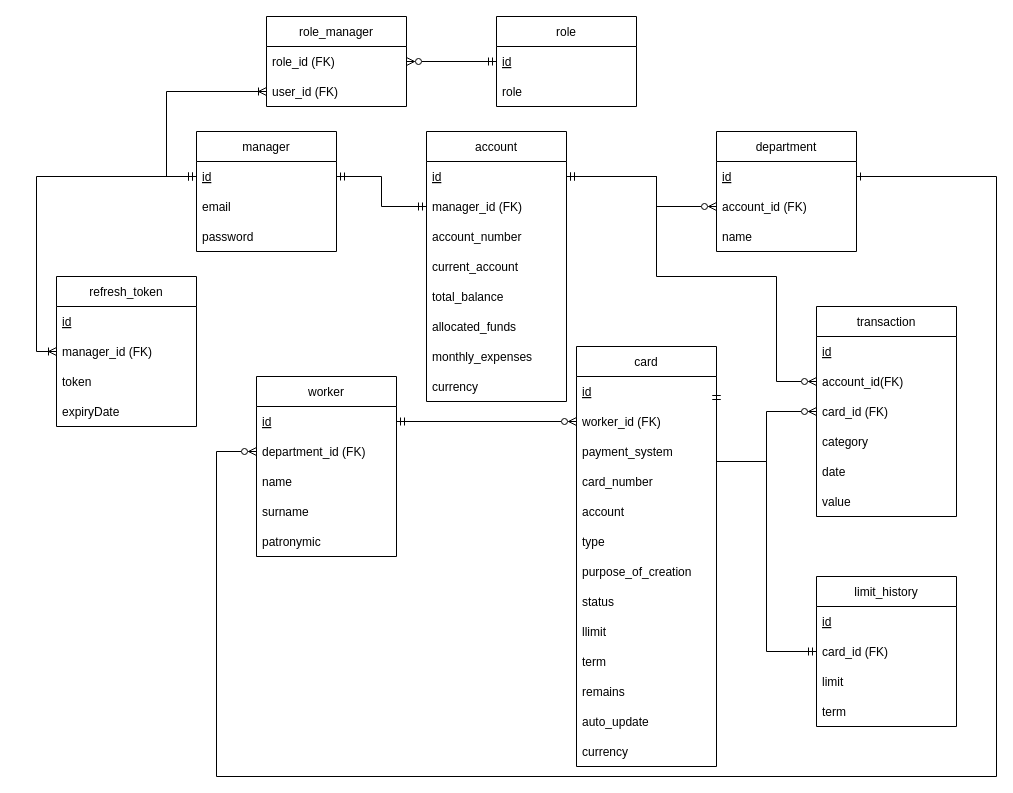
This is xxxMyRemarks/db.drawio from Vova-oss/VTBhack, a draw.io file, before an edit. Source tidied: cells renumbered, new cells numbered last; positions are measured from the earlier drawing's top-left corner, leaving out a move shared by most shapes. Both pictures are drawn from the tidied source at 100%, with x=0, y=0 at pixel (56, 16).
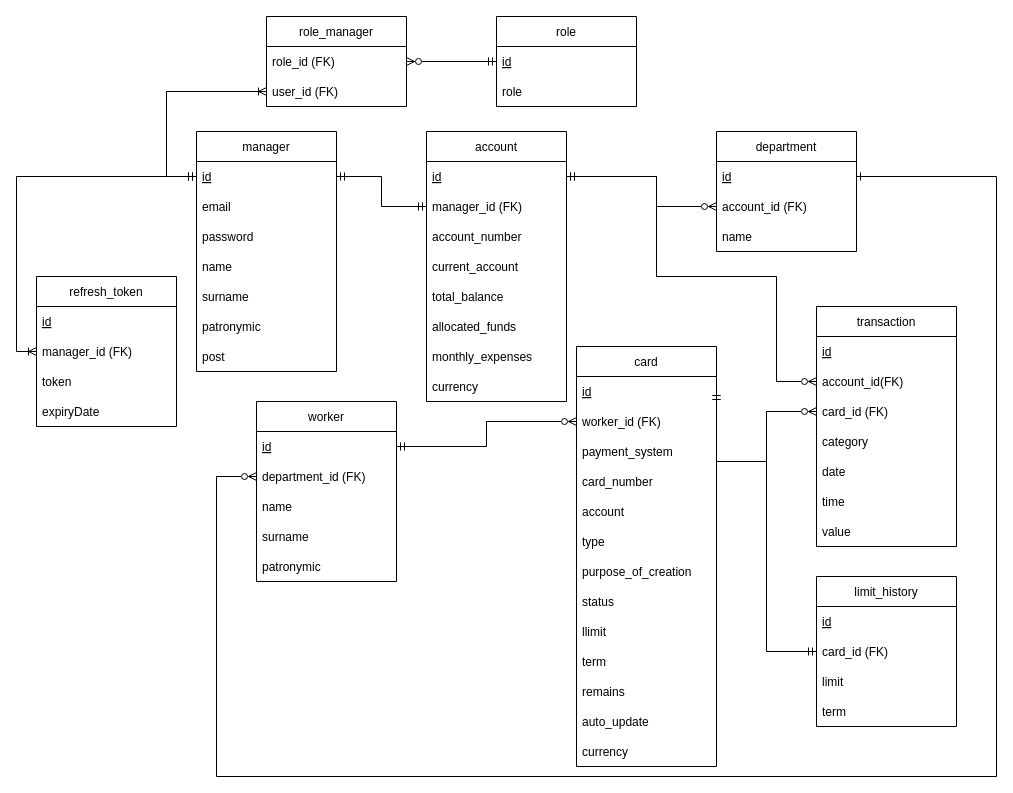
After the change.

The change refers to these unchanged cells:
```xml
<mxCell id="25" value="id" style="text;strokeColor=none;fillColor=none;align=left;verticalAlign=middle;spacingLeft=4;spacingRight=4;overflow=hidden;points=[[0,0.5],[1,0.5]];portConstraint=eastwest;fontStyle=4;" parent="24" vertex="1">
  <mxGeometry y="30" width="140" height="30" as="geometry" />
</mxCell>
<mxCell id="30" value="department_id (FK)" style="text;strokeColor=none;fillColor=none;align=left;verticalAlign=middle;spacingLeft=4;spacingRight=4;overflow=hidden;points=[[0,0.5],[1,0.5]];portConstraint=eastwest;" parent="28" vertex="1">
  <mxGeometry y="60" width="140" height="30" as="geometry" />
</mxCell>
```

Change to the diagram source:
```diff
@@
     <mxCell id="5" value="manager" style="swimlane;fontStyle=0;horizontal=1;startSize=30;" parent="1" vertex="1">
-      <mxGeometry x="140" y="115" width="140" height="120" as="geometry" />
+      <mxGeometry x="140" y="115" width="140" height="240" as="geometry" />
     </mxCell>
@@
+    <mxCell id="72" value="name" style="text;strokeColor=none;fillColor=none;align=left;verticalAlign=middle;spacingLeft=4;spacingRight=4;overflow=hidden;" parent="5" vertex="1">
+      <mxGeometry y="120" width="140" height="30" as="geometry" />
+    </mxCell>
+    <mxCell id="73" value="surname" style="text;strokeColor=none;fillColor=none;align=left;verticalAlign=middle;spacingLeft=4;spacingRight=4;overflow=hidden;" parent="5" vertex="1">
+      <mxGeometry y="150" width="140" height="30" as="geometry" />
+    </mxCell>
+    <mxCell id="74" value="patronymic" style="text;strokeColor=none;fillColor=none;align=left;verticalAlign=middle;spacingLeft=4;spacingRight=4;overflow=hidden;" parent="5" vertex="1">
+      <mxGeometry y="180" width="140" height="30" as="geometry" />
+    </mxCell>
+    <mxCell id="75" value="post" style="text;strokeColor=none;fillColor=none;align=left;verticalAlign=middle;spacingLeft=4;spacingRight=4;overflow=hidden;" parent="5" vertex="1">
+      <mxGeometry y="210" width="140" height="30" as="geometry" />
+    </mxCell>
@@
     <mxCell id="28" value="worker" style="swimlane;fontStyle=0;horizontal=1;startSize=30;" parent="1" vertex="1">
-      <mxGeometry x="200" y="360" width="140" height="180" as="geometry" />
+      <mxGeometry x="200" y="385" width="140" height="180" as="geometry" />
     </mxCell>
@@
     <mxCell id="34" value="transaction" style="swimlane;fontStyle=0;horizontal=1;startSize=30;" parent="1" vertex="1">
-      <mxGeometry x="760" y="290" width="140" height="210" as="geometry" />
+      <mxGeometry x="760" y="290" width="140" height="240" as="geometry" />
     </mxCell>
@@
+    <mxCell id="76" value="time" style="text;strokeColor=none;fillColor=none;align=left;verticalAlign=middle;spacingLeft=4;spacingRight=4;overflow=hidden;" parent="34" vertex="1">
+      <mxGeometry y="180" width="140" height="30" as="geometry" />
+    </mxCell>
     <mxCell id="40" value="value" style="text;strokeColor=none;fillColor=none;align=left;verticalAlign=middle;spacingLeft=4;spacingRight=4;overflow=hidden;" parent="34" vertex="1">
-      <mxGeometry y="180" width="140" height="30" as="geometry" />
+      <mxGeometry y="210" width="140" height="30" as="geometry" />
     </mxCell>
@@
     <mxCell id="51" style="edgeStyle=orthogonalEdgeStyle;rounded=0;jettySize=auto;html=1;entryX=0;entryY=0.5;entryDx=0;entryDy=0;startArrow=ERone;startFill=0;endArrow=ERzeroToMany;endFill=0;exitX=1;exitY=0.5;exitDx=0;exitDy=0;" parent="1" edge="1" source="25" target="30">
       <mxGeometry relative="1" as="geometry">
         <Array as="points">
           <mxPoint x="940" y="160" />
           <mxPoint x="940" y="760" />
           <mxPoint x="160" y="760" />
-          <mxPoint x="160" y="435" />
+          <mxPoint x="160" y="460" />
         </Array>
       </mxGeometry>
     </mxCell>
@@
     <mxCell id="61" value="refresh_token" style="swimlane;fontStyle=0;horizontal=1;startSize=30;" parent="1" vertex="1">
-      <mxGeometry y="260" width="140" height="150" as="geometry" />
+      <mxGeometry x="-20" y="260" width="140" height="150" as="geometry" />
     </mxCell>
```
